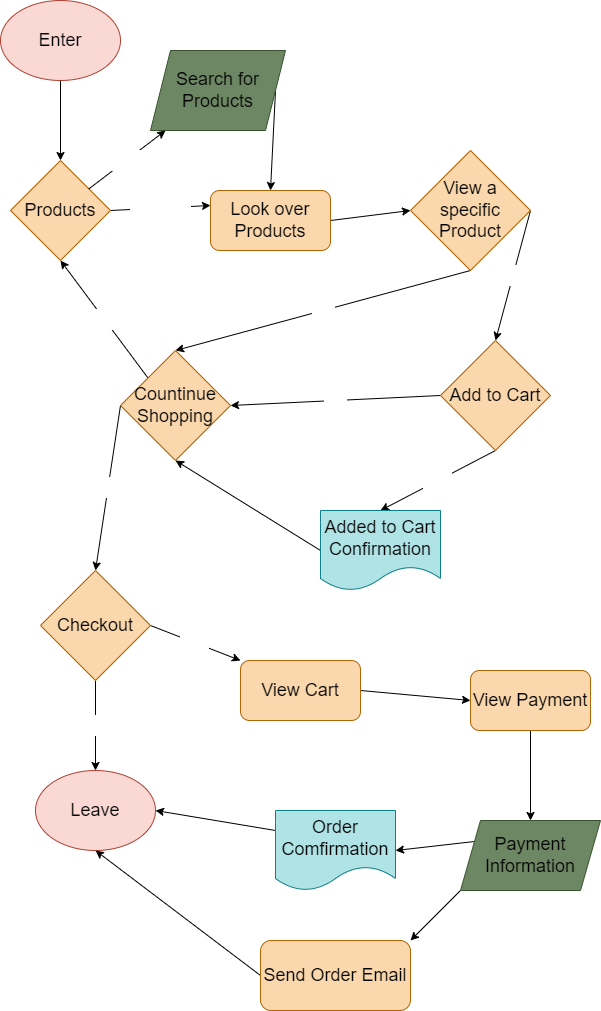
Before: explore/diagramming/diagram.drawio.png, a diagram exported from draw.io (litianqing2887/fa23-cse110-lab4). Source tidied: cells renumbered, new cells last; positions are measured from the earlier drawing's top-left corner, leaving out a move shared by most shapes.
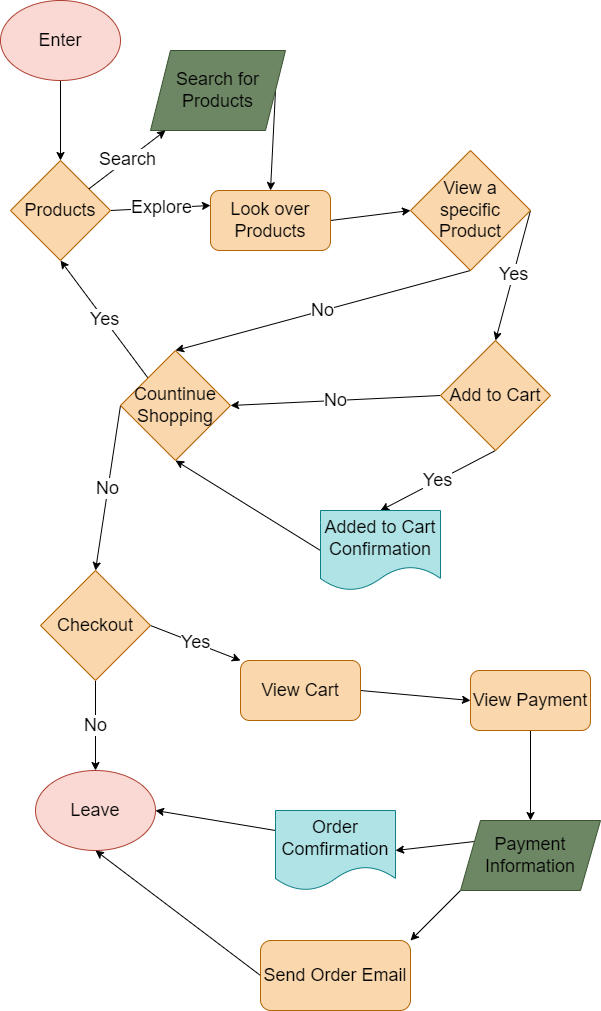
Later version of the same file.

What changed in the source:
```diff
@@ -5,67 +5,67 @@
     <mxCell id="2" style="edgeStyle=none;html=1;exitX=0.5;exitY=1;exitDx=0;exitDy=0;entryX=0.5;entryY=0;entryDx=0;entryDy=0;fontSize=18;fontColor=#000000;" parent="1" edge="1" source="3" target="5">
       <mxGeometry relative="1" as="geometry" />
     </mxCell>
-    <mxCell id="3" value="&lt;font color=&quot;#000000&quot; style=&quot;font-size: 18px;&quot;&gt;Enter&lt;/font&gt;" style="ellipse;whiteSpace=wrap;html=1;fillColor=#fad9d5;strokeColor=#ae4132;" parent="1" vertex="1">
+    <mxCell id="3" value="&lt;font style=&quot;font-size: 18px;&quot;&gt;Enter&lt;/font&gt;" style="ellipse;whiteSpace=wrap;html=1;fillColor=#fad9d5;strokeColor=#ae4132;fontColor=#000000;" parent="1" vertex="1">
       <mxGeometry width="120" height="80" as="geometry" />
     </mxCell>
-    <mxCell id="4" value="Explore" style="edgeStyle=none;html=1;exitX=1;exitY=0.5;exitDx=0;exitDy=0;entryX=0;entryY=0.25;entryDx=0;entryDy=0;fontSize=18;fontColor=#FFFFFF;" parent="1" edge="1" source="5" target="10">
+    <mxCell id="4" value="Explore" style="edgeStyle=none;html=1;exitX=1;exitY=0.5;exitDx=0;exitDy=0;entryX=0;entryY=0.25;entryDx=0;entryDy=0;fontSize=18;fontColor=#000000;" parent="1" edge="1" source="5" target="10">
       <mxGeometry relative="1" as="geometry" />
     </mxCell>
-    <mxCell id="5" value="&lt;font color=&quot;#000000&quot;&gt;Products&lt;/font&gt;" style="rhombus;whiteSpace=wrap;html=1;labelBackgroundColor=none;fontSize=18;fillColor=#fad7ac;strokeColor=#b46504;" parent="1" vertex="1">
+    <mxCell id="5" value="&lt;font&gt;Products&lt;/font&gt;" style="rhombus;whiteSpace=wrap;html=1;labelBackgroundColor=none;fontSize=18;fillColor=#fad7ac;strokeColor=#b46504;fontColor=#000000;" parent="1" vertex="1">
       <mxGeometry x="10" y="160" width="100" height="100" as="geometry" />
     </mxCell>
     <mxCell id="6" style="edgeStyle=none;html=1;exitX=1;exitY=0.5;exitDx=0;exitDy=0;entryX=0.5;entryY=0;entryDx=0;entryDy=0;fontSize=18;fontColor=#000000;" parent="1" edge="1" source="7" target="10">
       <mxGeometry relative="1" as="geometry" />
     </mxCell>
-    <mxCell id="7" value="&lt;font color=&quot;#000000&quot;&gt;Search for&lt;br&gt;Products&lt;br&gt;&lt;/font&gt;" style="shape=parallelogram;perimeter=parallelogramPerimeter;whiteSpace=wrap;html=1;fixedSize=1;labelBackgroundColor=none;fontSize=18;fillColor=#6d8764;strokeColor=#3A5431;fontColor=#ffffff;" parent="1" vertex="1">
+    <mxCell id="7" value="&lt;font&gt;Search for&lt;br&gt;Products&lt;br&gt;&lt;/font&gt;" style="shape=parallelogram;perimeter=parallelogramPerimeter;whiteSpace=wrap;html=1;fixedSize=1;labelBackgroundColor=none;fontSize=18;fillColor=#6d8764;strokeColor=#3A5431;fontColor=#000000;" parent="1" vertex="1">
       <mxGeometry x="150" y="50" width="135" height="80" as="geometry" />
     </mxCell>
-    <mxCell id="8" value="&lt;font color=&quot;#ffffff&quot;&gt;Search&lt;/font&gt;" style="edgeStyle=none;html=1;fontSize=18;fontColor=#000000;" parent="1" edge="1" source="5" target="7">
+    <mxCell id="8" value="&lt;font&gt;Search&lt;/font&gt;" style="edgeStyle=none;html=1;fontSize=18;fontColor=#000000;" parent="1" edge="1" source="5" target="7">
       <mxGeometry relative="1" as="geometry" />
     </mxCell>
     <mxCell id="9" style="edgeStyle=none;html=1;exitX=1;exitY=0.5;exitDx=0;exitDy=0;entryX=0;entryY=0.5;entryDx=0;entryDy=0;fontSize=18;fontColor=#000000;" parent="1" edge="1" source="10" target="13">
       <mxGeometry relative="1" as="geometry" />
     </mxCell>
-    <mxCell id="10" value="&lt;font color=&quot;#000000&quot;&gt;Look over Products&lt;/font&gt;" style="rounded=1;whiteSpace=wrap;html=1;labelBackgroundColor=none;fontSize=18;fillColor=#fad7ac;strokeColor=#b46504;" parent="1" vertex="1">
+    <mxCell id="10" value="&lt;font&gt;Look over Products&lt;/font&gt;" style="rounded=1;whiteSpace=wrap;html=1;labelBackgroundColor=none;fontSize=18;fillColor=#fad7ac;strokeColor=#b46504;fontColor=#000000;" parent="1" vertex="1">
       <mxGeometry x="210" y="190" width="120" height="60" as="geometry" />
     </mxCell>
-    <mxCell id="11" value="Yes" style="edgeStyle=none;html=1;exitX=1;exitY=0.5;exitDx=0;exitDy=0;entryX=0.5;entryY=0;entryDx=0;entryDy=0;fontSize=18;fontColor=#FFFFFF;" parent="1" edge="1" source="13" target="16">
+    <mxCell id="11" value="Yes" style="edgeStyle=none;html=1;exitX=1;exitY=0.5;exitDx=0;exitDy=0;entryX=0.5;entryY=0;entryDx=0;entryDy=0;fontSize=18;fontColor=#000000;" parent="1" edge="1" source="13" target="16">
       <mxGeometry relative="1" as="geometry" />
     </mxCell>
-    <mxCell id="12" value="No" style="edgeStyle=none;html=1;exitX=0.5;exitY=1;exitDx=0;exitDy=0;entryX=0.5;entryY=0;entryDx=0;entryDy=0;fontSize=18;fontColor=#FFFFFF;" parent="1" edge="1" source="13" target="19">
+    <mxCell id="12" value="No" style="edgeStyle=none;html=1;exitX=0.5;exitY=1;exitDx=0;exitDy=0;entryX=0.5;entryY=0;entryDx=0;entryDy=0;fontSize=18;fontColor=#000000;" parent="1" edge="1" source="13" target="19">
       <mxGeometry relative="1" as="geometry" />
     </mxCell>
     <mxCell id="13" value="View a specific Product" style="rhombus;whiteSpace=wrap;html=1;labelBackgroundColor=none;fontSize=18;fillColor=#fad7ac;strokeColor=#b46504;fontColor=#000000;" parent="1" vertex="1">
       <mxGeometry x="410" y="150" width="120" height="120" as="geometry" />
     </mxCell>
-    <mxCell id="14" value="No" style="edgeStyle=none;html=1;exitX=0;exitY=0.5;exitDx=0;exitDy=0;entryX=1;entryY=0.5;entryDx=0;entryDy=0;fontSize=18;fontColor=#FFFFFF;" parent="1" edge="1" source="16" target="19">
+    <mxCell id="14" value="No" style="edgeStyle=none;html=1;exitX=0;exitY=0.5;exitDx=0;exitDy=0;entryX=1;entryY=0.5;entryDx=0;entryDy=0;fontSize=18;fontColor=#000000;" parent="1" edge="1" source="16" target="19">
       <mxGeometry relative="1" as="geometry" />
     </mxCell>
-    <mxCell id="15" value="Yes" style="edgeStyle=none;html=1;exitX=0.5;exitY=1;exitDx=0;exitDy=0;entryX=0.5;entryY=0;entryDx=0;entryDy=0;fontSize=18;fontColor=#FFFFFF;" parent="1" edge="1" source="16" target="21">
+    <mxCell id="15" value="Yes" style="edgeStyle=none;html=1;exitX=0.5;exitY=1;exitDx=0;exitDy=0;entryX=0.5;entryY=0;entryDx=0;entryDy=0;fontSize=18;fontColor=#000000;" parent="1" edge="1" source="16" target="21">
       <mxGeometry relative="1" as="geometry" />
     </mxCell>
     <mxCell id="16" value="Add to Cart" style="rhombus;whiteSpace=wrap;html=1;labelBackgroundColor=none;fontSize=18;fillColor=#fad7ac;strokeColor=#b46504;fontColor=#000000;" parent="1" vertex="1">
       <mxGeometry x="440" y="340" width="110" height="110" as="geometry" />
     </mxCell>
-    <mxCell id="17" value="Yes" style="edgeStyle=none;html=1;exitX=0;exitY=0;exitDx=0;exitDy=0;entryX=0.5;entryY=1;entryDx=0;entryDy=0;fontSize=18;fontColor=#FFFFFF;" parent="1" edge="1" source="19" target="5">
+    <mxCell id="17" value="Yes" style="edgeStyle=none;html=1;exitX=0;exitY=0;exitDx=0;exitDy=0;entryX=0.5;entryY=1;entryDx=0;entryDy=0;fontSize=18;fontColor=#000000;" parent="1" edge="1" source="19" target="5">
       <mxGeometry relative="1" as="geometry" />
     </mxCell>
-    <mxCell id="18" value="No" style="edgeStyle=none;html=1;exitX=0;exitY=0.5;exitDx=0;exitDy=0;entryX=0.5;entryY=0;entryDx=0;entryDy=0;fontSize=18;fontColor=#FFFFFF;" parent="1" edge="1" source="19" target="24">
+    <mxCell id="18" value="No" style="edgeStyle=none;html=1;exitX=0;exitY=0.5;exitDx=0;exitDy=0;entryX=0.5;entryY=0;entryDx=0;entryDy=0;fontSize=18;fontColor=#000000;" parent="1" edge="1" source="19" target="24">
       <mxGeometry relative="1" as="geometry" />
     </mxCell>
-    <mxCell id="19" value="&lt;font color=&quot;#000000&quot;&gt;Countinue Shopping&lt;/font&gt;" style="rhombus;whiteSpace=wrap;html=1;labelBackgroundColor=none;fontSize=18;fillColor=#fad7ac;strokeColor=#b46504;" parent="1" vertex="1">
+    <mxCell id="19" value="&lt;font&gt;Countinue Shopping&lt;/font&gt;" style="rhombus;whiteSpace=wrap;html=1;labelBackgroundColor=none;fontSize=18;fillColor=#fad7ac;strokeColor=#b46504;fontColor=#000000;" parent="1" vertex="1">
       <mxGeometry x="120" y="350" width="110" height="110" as="geometry" />
     </mxCell>
-    <mxCell id="20" style="edgeStyle=none;html=1;exitX=0;exitY=0.5;exitDx=0;exitDy=0;entryX=0.5;entryY=1;entryDx=0;entryDy=0;fontSize=18;fontColor=#FFFFFF;" parent="1" edge="1" source="21" target="19">
+    <mxCell id="20" style="edgeStyle=none;html=1;exitX=0;exitY=0.5;exitDx=0;exitDy=0;entryX=0.5;entryY=1;entryDx=0;entryDy=0;fontSize=18;fontColor=#000000;" parent="1" edge="1" source="21" target="19">
       <mxGeometry relative="1" as="geometry" />
     </mxCell>
-    <mxCell id="21" value="&lt;font color=&quot;#000000&quot;&gt;Added to Cart Confirmation&lt;/font&gt;" style="shape=document;whiteSpace=wrap;html=1;boundedLbl=1;labelBackgroundColor=none;fontSize=18;fillColor=#b0e3e6;strokeColor=#0e8088;" parent="1" vertex="1">
+    <mxCell id="21" value="&lt;font&gt;Added to Cart Confirmation&lt;/font&gt;" style="shape=document;whiteSpace=wrap;html=1;boundedLbl=1;labelBackgroundColor=none;fontSize=18;fillColor=#b0e3e6;strokeColor=#0e8088;fontColor=#000000;" parent="1" vertex="1">
       <mxGeometry x="320" y="510" width="120" height="80" as="geometry" />
     </mxCell>
-    <mxCell id="22" value="No" style="edgeStyle=none;html=1;exitX=0.5;exitY=1;exitDx=0;exitDy=0;entryX=0.5;entryY=0;entryDx=0;entryDy=0;fontSize=18;fontColor=#FFFFFF;" parent="1" edge="1" source="24" target="25">
+    <mxCell id="22" value="No" style="edgeStyle=none;html=1;exitX=0.5;exitY=1;exitDx=0;exitDy=0;entryX=0.5;entryY=0;entryDx=0;entryDy=0;fontSize=18;fontColor=#000000;" parent="1" edge="1" source="24" target="25">
       <mxGeometry relative="1" as="geometry" />
     </mxCell>
-    <mxCell id="23" value="Yes" style="edgeStyle=none;html=1;exitX=1;exitY=0.5;exitDx=0;exitDy=0;entryX=0;entryY=0;entryDx=0;entryDy=0;fontSize=18;fontColor=#FFFFFF;" parent="1" edge="1" source="24" target="27">
+    <mxCell id="23" value="Yes" style="edgeStyle=none;html=1;exitX=1;exitY=0.5;exitDx=0;exitDy=0;entryX=0;entryY=0;entryDx=0;entryDy=0;fontSize=18;fontColor=#000000;" parent="1" edge="1" source="24" target="27">
       <mxGeometry relative="1" as="geometry" />
     </mxCell>
     <mxCell id="24" value="Checkout" style="rhombus;whiteSpace=wrap;html=1;labelBackgroundColor=none;fontSize=18;fillColor=#fad7ac;strokeColor=#b46504;fontColor=#000000;" parent="1" vertex="1">
@@ -77,7 +77,7 @@
     <mxCell id="26" style="edgeStyle=none;html=1;exitX=1;exitY=0.5;exitDx=0;exitDy=0;entryX=0;entryY=0.5;entryDx=0;entryDy=0;fontSize=18;fontColor=#000000;" parent="1" edge="1" source="27" target="29">
       <mxGeometry relative="1" as="geometry" />
     </mxCell>
-    <mxCell id="27" value="&lt;font color=&quot;#000000&quot;&gt;View Cart&lt;/font&gt;" style="rounded=1;whiteSpace=wrap;html=1;labelBackgroundColor=none;fontSize=18;fillColor=#fad7ac;strokeColor=#b46504;" parent="1" vertex="1">
+    <mxCell id="27" value="&lt;font&gt;View Cart&lt;/font&gt;" style="rounded=1;whiteSpace=wrap;html=1;labelBackgroundColor=none;fontSize=18;fillColor=#fad7ac;strokeColor=#b46504;fontColor=#000000;" parent="1" vertex="1">
       <mxGeometry x="240" y="660" width="120" height="60" as="geometry" />
     </mxCell>
     <mxCell id="28" style="edgeStyle=none;html=1;exitX=0.5;exitY=1;exitDx=0;exitDy=0;entryX=0.5;entryY=0;entryDx=0;entryDy=0;fontSize=18;fontColor=#000000;" parent="1" edge="1" source="29" target="32">
@@ -92,7 +92,7 @@
     <mxCell id="31" style="edgeStyle=none;html=1;exitX=0;exitY=1;exitDx=0;exitDy=0;entryX=1;entryY=0;entryDx=0;entryDy=0;fontSize=18;fontColor=#000000;" parent="1" edge="1" source="32" target="36">
       <mxGeometry relative="1" as="geometry" />
     </mxCell>
-    <mxCell id="32" value="&lt;font color=&quot;#000000&quot;&gt;Payment Information&lt;/font&gt;" style="shape=parallelogram;perimeter=parallelogramPerimeter;whiteSpace=wrap;html=1;fixedSize=1;labelBackgroundColor=none;fontSize=18;fillColor=#6d8764;strokeColor=#3A5431;fontColor=#ffffff;" parent="1" vertex="1">
+    <mxCell id="32" value="&lt;font&gt;Payment Information&lt;/font&gt;" style="shape=parallelogram;perimeter=parallelogramPerimeter;whiteSpace=wrap;html=1;fixedSize=1;labelBackgroundColor=none;fontSize=18;fillColor=#6d8764;strokeColor=#3A5431;fontColor=#000000;" parent="1" vertex="1">
       <mxGeometry x="460" y="820" width="140" height="70" as="geometry" />
     </mxCell>
     <mxCell id="33" style="edgeStyle=none;html=1;exitX=0;exitY=0.25;exitDx=0;exitDy=0;entryX=1;entryY=0.5;entryDx=0;entryDy=0;fontSize=18;fontColor=#000000;" parent="1" edge="1" source="34" target="25">
```
